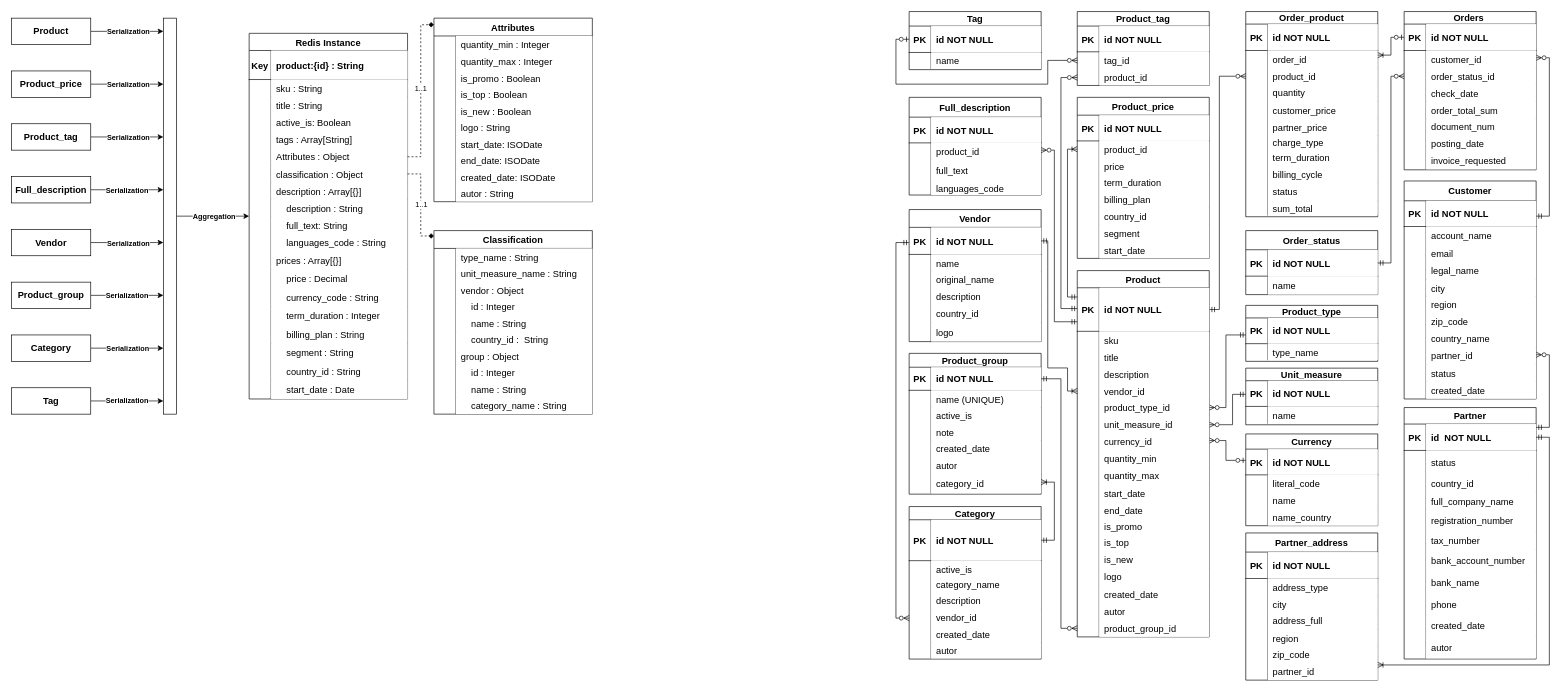
Above: page "MySQL + Redis" (4 of 5) of diagrams.drawio in HuginnARaven/LicenseNexus (draw.io), before the change. Source tidied: cells renumbered, new cells numbered last; positions are measured from the earlier drawing's top-left corner, leaving out a move shared by most shapes. Both pictures are drawn from the tidied source at 66%, with x=0, y=0 at pixel (11, 11).
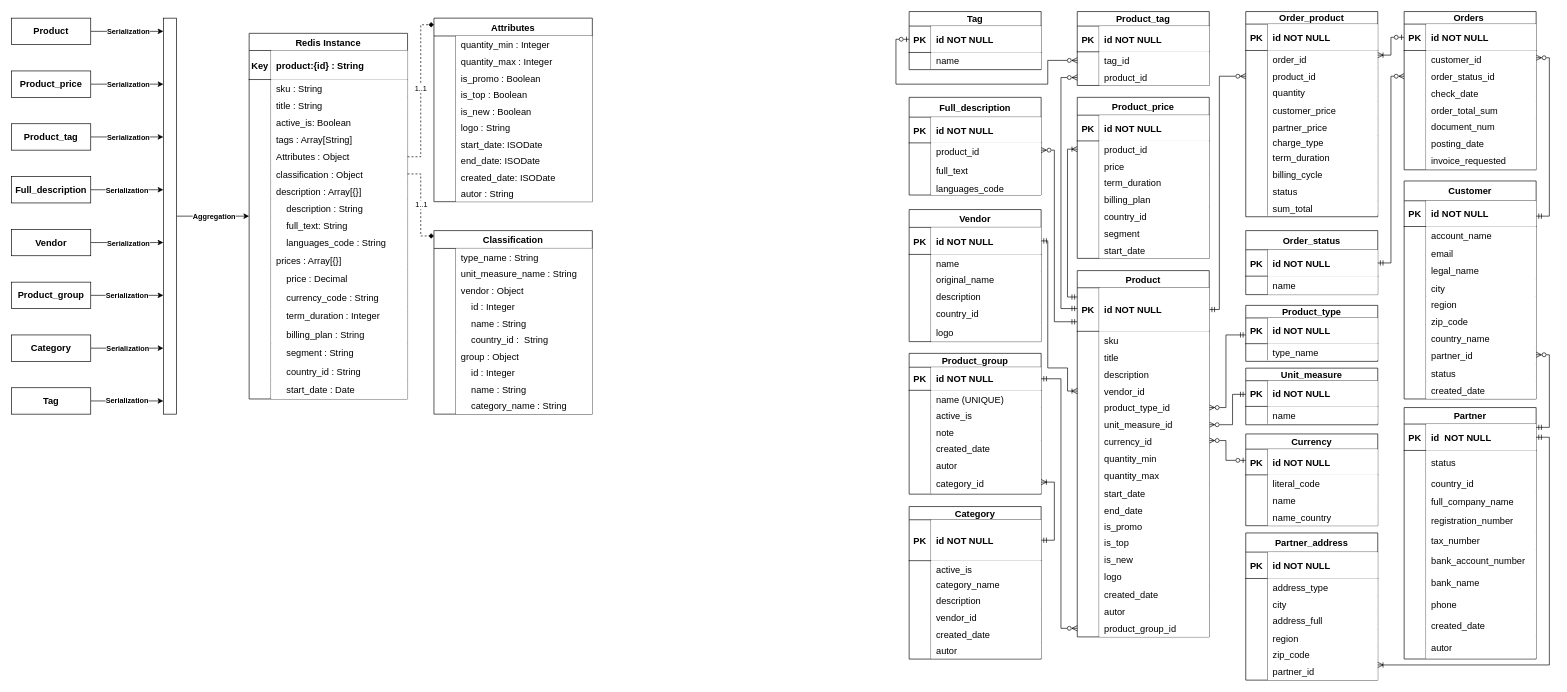
The same diagram, later.

The change refers to these unchanged cells:
```xml
<mxCell id="197" style="shape=partialRectangle;fillColor=none;top=0;left=0;bottom=0;right=0;points=[[0,0.5],[1,0.5]];portConstraint=eastwest;fontSize=14;" parent="184" vertex="1">
  <mxGeometry y="156" width="200" height="25" as="geometry" />
</mxCell>
<mxCell id="290" style="shape=partialRectangle;fillColor=none;top=0;left=0;bottom=1;right=0;points=[[0,0.5],[1,0.5]];portConstraint=eastwest;fontSize=14;" parent="289" vertex="1">
  <mxGeometry y="27" width="200" height="41" as="geometry" />
</mxCell>
```

Change to the diagram source:
```diff
@@
-    <mxCell id="446" style="edgeStyle=orthogonalEdgeStyle;rounded=0;jettySize=auto;html=1;startArrow=ERmandOne;startFill=0;endArrow=ERzeroToMany;endFill=0;" parent="1" edge="1" source="290" target="197">
-      <mxGeometry relative="1" as="geometry">
-        <Array as="points">
-          <mxPoint x="1340" y="350" />
-          <mxPoint x="1340" y="919" />
-        </Array>
-      </mxGeometry>
-    </mxCell>
```
